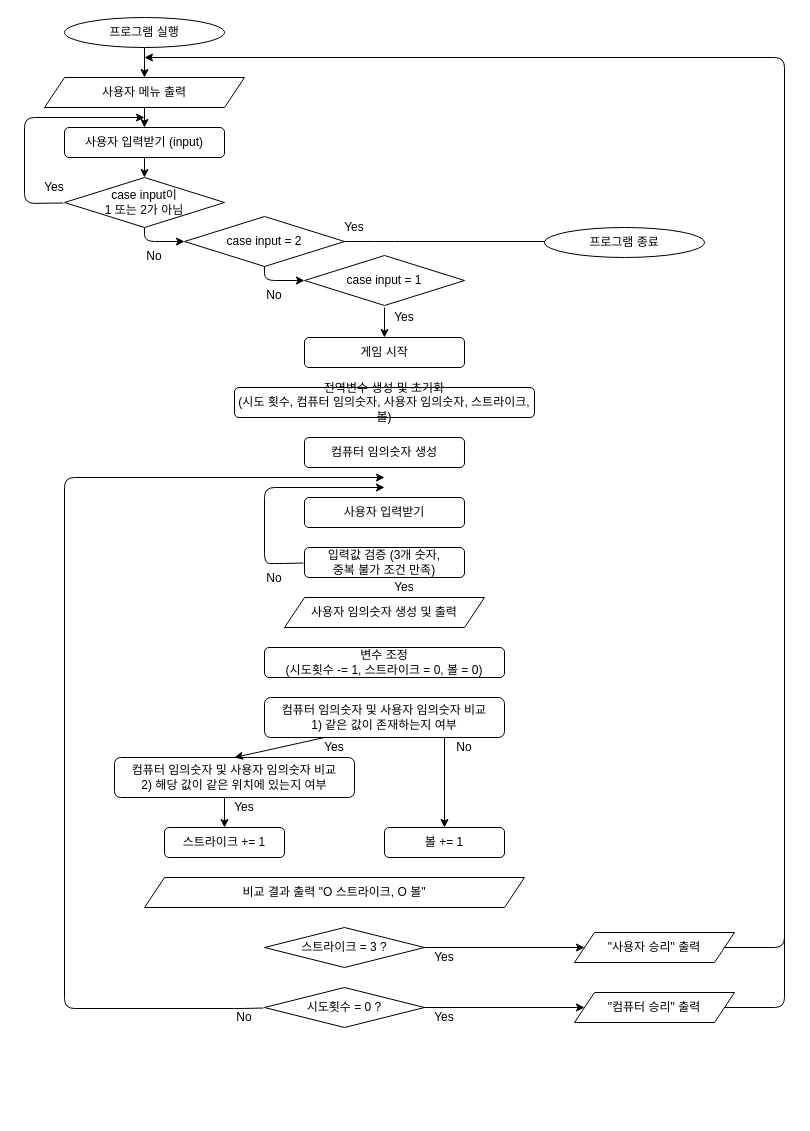
Above: BaseballGameDiagram.drawio in just1103/Swift_Syntax (draw.io), before the change. Source tidied: cells renumbered, new cells numbered last; positions are measured from the earlier drawing's top-left corner, leaving out a move shared by most shapes. Both pictures are drawn from the tidied source at 100%, with x=0, y=0 at pixel (24, 17).
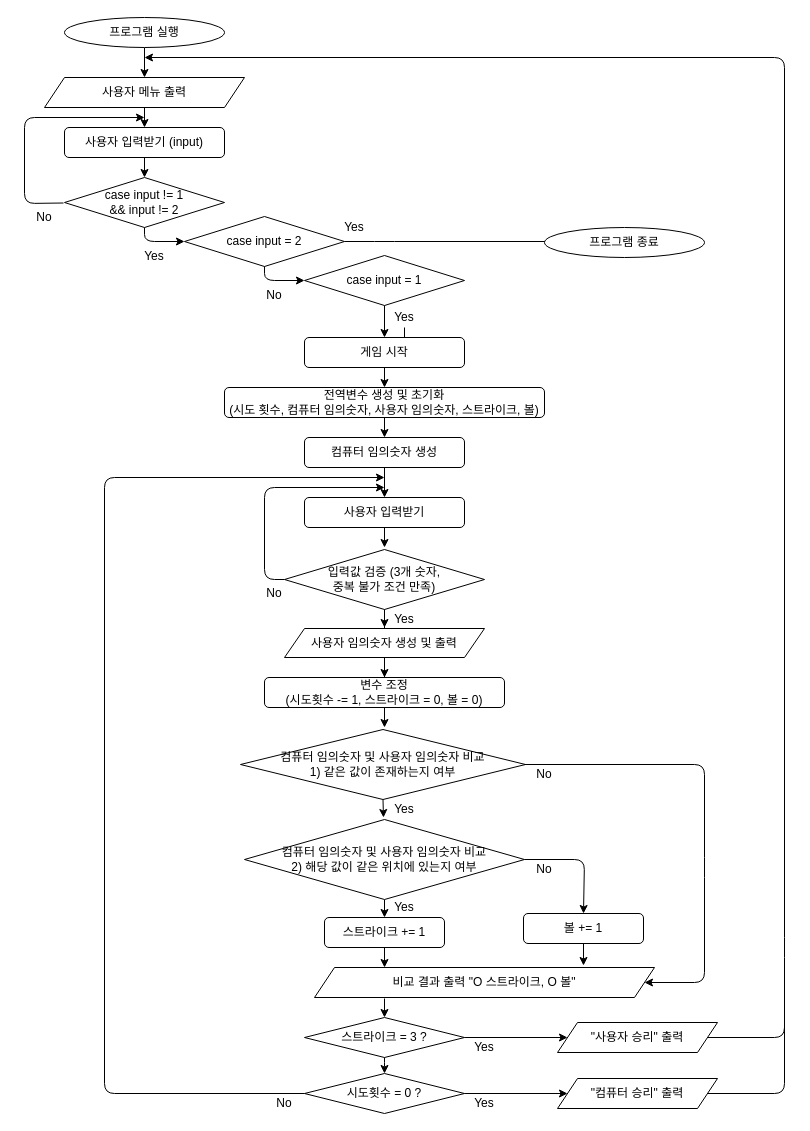
The same page after the edit.

The change refers to these unchanged cells:
```xml
<mxCell id="21" value="Yes" style="text;html=1;strokeColor=none;fillColor=none;align=center;verticalAlign=middle;whiteSpace=wrap;rounded=0;" parent="1" vertex="1">
  <mxGeometry x="360" y="290" width="40" height="20" as="geometry" />
</mxCell>
<mxCell id="22" value="게임 시작" style="rounded=1;whiteSpace=wrap;html=1;" parent="1" vertex="1">
  <mxGeometry x="280" y="320" width="160" height="30" as="geometry" />
</mxCell>
<mxCell id="23" value="사용자 입력받기" style="rounded=1;whiteSpace=wrap;html=1;" parent="1" vertex="1">
  <mxGeometry x="280" y="480" width="160" height="30" as="geometry" />
</mxCell>
<mxCell id="29" value="컴퓨터 임의숫자 생성" style="rounded=1;whiteSpace=wrap;html=1;" parent="1" vertex="1">
  <mxGeometry x="280" y="420" width="160" height="30" as="geometry" />
</mxCell>
```

The edit, as a diff of the source:
```diff
@@
-    <mxCell id="6" value="&lt;font style=&quot;font-size: 12px&quot;&gt;case input이 &lt;br&gt;1 또는 2가 아님&lt;/font&gt;" style="rhombus;whiteSpace=wrap;html=1;" parent="1" vertex="1">
+    <mxCell id="6" value="&lt;font style=&quot;font-size: 12px&quot;&gt;case input != 1&lt;br&gt;&amp;amp;&amp;amp; input != 2&lt;br&gt;&lt;/font&gt;" style="rhombus;whiteSpace=wrap;html=1;" parent="1" vertex="1">
       <mxGeometry x="40" y="160" width="160" height="50" as="geometry" />
     </mxCell>
@@
-    <mxCell id="9" style="endArrow=classic;html=1;exitX=0;exitY=0;exitDx=0;exitDy=0;" parent="1" edge="1" source="21">
+    <mxCell id="9" style="endArrow=classic;html=1;" parent="1" edge="1">
       <mxGeometry relative="1" as="geometry">
+        <mxPoint x="360" y="280" as="sourcePoint" />
         <mxPoint x="360" y="320" as="targetPoint" />
       </mxGeometry>
     </mxCell>
     <mxCell id="10" value="No" style="text;html=1;strokeColor=none;fillColor=none;align=center;verticalAlign=middle;whiteSpace=wrap;rounded=0;" parent="1" vertex="1">
-      <mxGeometry x="110" y="229" width="40" height="20" as="geometry" />
+      <mxGeometry y="190" width="40" height="20" as="geometry" />
     </mxCell>
     <mxCell id="11" value="Yes" style="text;html=1;strokeColor=none;fillColor=none;align=center;verticalAlign=middle;whiteSpace=wrap;rounded=0;" parent="1" vertex="1">
-      <mxGeometry x="10" y="160" width="40" height="20" as="geometry" />
+      <mxGeometry x="110" y="229" width="40" height="20" as="geometry" />
     </mxCell>
@@
     <mxCell id="13" value="Yes" style="text;html=1;strokeColor=none;fillColor=none;align=center;verticalAlign=middle;whiteSpace=wrap;rounded=0;" parent="1" vertex="1">
-      <mxGeometry x="290" y="720" width="40" height="20" as="geometry" />
+      <mxGeometry x="360" y="782" width="40" height="20" as="geometry" />
     </mxCell>
@@
+    <mxCell id="55" style="edgeStyle=orthogonalEdgeStyle;rounded=0;jettySize=auto;html=1;endArrow=none;endFill=0;" parent="1" edge="1" source="21" target="22">
+      <mxGeometry relative="1" as="geometry" />
+    </mxCell>
@@
-    <mxCell id="24" value="입력값 검증 (3개 숫자, &lt;br&gt;중복 불가 조건 만족)" style="rounded=1;whiteSpace=wrap;html=1;" parent="1" vertex="1">
-      <mxGeometry x="280" y="530" width="160" height="30" as="geometry" />
-    </mxCell>
     <mxCell id="25" value="Yes" style="text;html=1;strokeColor=none;fillColor=none;align=center;verticalAlign=middle;whiteSpace=wrap;rounded=0;" parent="1" vertex="1">
-      <mxGeometry x="360" y="560" width="40" height="20" as="geometry" />
+      <mxGeometry x="360" y="592" width="40" height="20" as="geometry" />
     </mxCell>
-    <mxCell id="26" style="endArrow=classic;html=1;" parent="1" edge="1">
+    <mxCell id="26" style="endArrow=classic;html=1;exitX=0;exitY=0.5;exitDx=0;exitDy=0;" parent="1" edge="1" source="24">
       <mxGeometry relative="1" as="geometry">
-        <mxPoint x="279" y="545.5" as="sourcePoint" />
         <mxPoint x="360" y="470" as="targetPoint" />
         <Array as="points">
-          <mxPoint x="260" y="546" />
-          <mxPoint x="240" y="546" />
+          <mxPoint x="240" y="562" />
           <mxPoint x="240" y="470" />
         </Array>
       </mxGeometry>
     </mxCell>
     <mxCell id="27" value="No" style="text;html=1;strokeColor=none;fillColor=none;align=center;verticalAlign=middle;whiteSpace=wrap;rounded=0;" parent="1" vertex="1">
-      <mxGeometry x="230" y="550" width="40" height="21" as="geometry" />
+      <mxGeometry x="230" y="565" width="40" height="21" as="geometry" />
     </mxCell>
     <mxCell id="28" value="전역변수 생성 및 초기화&lt;br&gt;(시도 횟수, 컴퓨터 임의숫자, 사용자 임의숫자, 스트라이크, 볼)" style="rounded=1;whiteSpace=wrap;html=1;" parent="1" vertex="1">
-      <mxGeometry x="210" y="370" width="300" height="30" as="geometry" />
+      <mxGeometry x="200" y="370" width="320" height="30" as="geometry" />
     </mxCell>
@@
+    <mxCell id="56" style="edgeStyle=orthogonalEdgeStyle;rounded=0;jettySize=auto;html=1;endArrow=none;endFill=0;" parent="1" edge="1" source="30" target="24">
+      <mxGeometry relative="1" as="geometry" />
+    </mxCell>
     <mxCell id="30" value="변수 조정&lt;br&gt;(시도횟수 -= 1, 스트라이크 = 0, 볼 = 0)" style="rounded=1;whiteSpace=wrap;html=1;" parent="1" vertex="1">
-      <mxGeometry x="240" y="630" width="240" height="30" as="geometry" />
+      <mxGeometry x="240" y="660" width="240" height="30" as="geometry" />
     </mxCell>
-    <mxCell id="31" value="컴퓨터 임의숫자 및 사용자 임의숫자 비교&lt;br&gt;1) 같은 값이 존재하는지 여부" style="rounded=1;whiteSpace=wrap;html=1;" parent="1" vertex="1">
-      <mxGeometry x="240" y="680" width="240" height="40" as="geometry" />
-    </mxCell>
-    <mxCell id="32" value="컴퓨터 임의숫자 및 사용자 임의숫자 비교&lt;br&gt;2) 해당 값이 같은 위치에 있는지 여부" style="rounded=1;whiteSpace=wrap;html=1;" parent="1" vertex="1">
-      <mxGeometry x="90" y="740" width="240" height="40" as="geometry" />
-    </mxCell>
     <mxCell id="33" value="Yes" style="text;html=1;strokeColor=none;fillColor=none;align=center;verticalAlign=middle;whiteSpace=wrap;rounded=0;" parent="1" vertex="1">
-      <mxGeometry x="200" y="780" width="40" height="20" as="geometry" />
+      <mxGeometry x="360" y="880" width="40" height="20" as="geometry" />
     </mxCell>
     <mxCell id="34" value="&lt;span&gt;사용자 임의숫자 생성 및 출력&lt;/span&gt;" style="shape=parallelogram;perimeter=parallelogramPerimeter;whiteSpace=wrap;html=1;fixedSize=1;" parent="1" vertex="1">
-      <mxGeometry x="260" y="580" width="200" height="30" as="geometry" />
+      <mxGeometry x="260" y="611" width="200" height="29" as="geometry" />
     </mxCell>
@@
-    <mxCell id="36" style="endArrow=classic;html=1;entryX=0.5;entryY=0;entryDx=0;entryDy=0;" parent="1" edge="1" target="32">
+    <mxCell id="36" style="endArrow=classic;html=1;exitX=0.5;exitY=1;exitDx=0;exitDy=0;" parent="1" edge="1" source="31">
       <mxGeometry relative="1" as="geometry">
-        <mxPoint x="300" y="720" as="sourcePoint" />
+        <mxPoint x="359" y="800" as="targetPoint" />
       </mxGeometry>
     </mxCell>
-    <mxCell id="37" style="endArrow=classic;html=1;exitX=0.75;exitY=1;exitDx=0;exitDy=0;" parent="1" edge="1" source="31" target="40">
-      <mxGeometry relative="1" as="geometry" />
+    <mxCell id="37" style="endArrow=classic;html=1;exitX=1;exitY=0.5;exitDx=0;exitDy=0;entryX=0.5;entryY=0;entryDx=0;entryDy=0;" parent="1" edge="1" source="32" target="40">
+      <mxGeometry relative="1" as="geometry">
+        <Array as="points">
+          <mxPoint x="560" y="842" />
+        </Array>
+      </mxGeometry>
     </mxCell>
     <mxCell id="38" style="endArrow=classic;html=1;exitX=0.75;exitY=1;exitDx=0;exitDy=0;" parent="1" edge="1">
       <mxGeometry relative="1" as="geometry">
-        <mxPoint x="200" y="780" as="sourcePoint" />
-        <mxPoint x="200" y="810" as="targetPoint" />
+        <mxPoint x="360" y="882" as="sourcePoint" />
+        <mxPoint x="360" y="900" as="targetPoint" />
       </mxGeometry>
     </mxCell>
     <mxCell id="39" value="비교 결과 출력 &quot;O 스트라이크, O 볼&quot;" style="shape=parallelogram;perimeter=parallelogramPerimeter;whiteSpace=wrap;html=1;fixedSize=1;" parent="1" vertex="1">
-      <mxGeometry x="120" y="860" width="380" height="30" as="geometry" />
+      <mxGeometry x="290" y="950" width="340" height="30" as="geometry" />
     </mxCell>
     <mxCell id="40" value="볼 += 1" style="rounded=1;whiteSpace=wrap;html=1;" parent="1" vertex="1">
-      <mxGeometry x="360" y="810" width="120" height="30" as="geometry" />
+      <mxGeometry x="499" y="896" width="120" height="30" as="geometry" />
     </mxCell>
     <mxCell id="41" value="스트라이크 += 1" style="rounded=1;whiteSpace=wrap;html=1;" parent="1" vertex="1">
-      <mxGeometry x="140" y="810" width="120" height="30" as="geometry" />
+      <mxGeometry x="300" y="900" width="120" height="30" as="geometry" />
     </mxCell>
     <mxCell id="42" value="No" style="text;html=1;strokeColor=none;fillColor=none;align=center;verticalAlign=middle;whiteSpace=wrap;rounded=0;" parent="1" vertex="1">
-      <mxGeometry x="420" y="720" width="40" height="20" as="geometry" />
+      <mxGeometry x="500" y="747" width="40" height="20" as="geometry" />
     </mxCell>
     <mxCell id="43" value="스트라이크 = 3 ?" style="rhombus;whiteSpace=wrap;html=1;" parent="1" vertex="1">
-      <mxGeometry x="240" y="910" width="160" height="40" as="geometry" />
+      <mxGeometry x="280" y="1000" width="160" height="40" as="geometry" />
     </mxCell>
@@
     <mxCell id="45" value="&quot;사용자 승리&quot; 출력" style="shape=parallelogram;perimeter=parallelogramPerimeter;whiteSpace=wrap;html=1;fixedSize=1;" parent="1" vertex="1">
-      <mxGeometry x="550" y="915" width="160" height="30" as="geometry" />
+      <mxGeometry x="533" y="1005" width="160" height="30" as="geometry" />
     </mxCell>
     <mxCell id="46" value="Yes" style="text;html=1;strokeColor=none;fillColor=none;align=center;verticalAlign=middle;whiteSpace=wrap;rounded=0;" parent="1" vertex="1">
-      <mxGeometry x="400" y="930" width="40" height="20" as="geometry" />
+      <mxGeometry x="440" y="1020" width="40" height="20" as="geometry" />
     </mxCell>
     <mxCell id="47" value="시도횟수 = 0 ?" style="rhombus;whiteSpace=wrap;html=1;" parent="1" vertex="1">
-      <mxGeometry x="240" y="970" width="160" height="40" as="geometry" />
+      <mxGeometry x="280" y="1056" width="160" height="40" as="geometry" />
     </mxCell>
-    <mxCell id="48" style="endArrow=classic;html=1;exitX=1;exitY=0.5;exitDx=0;exitDy=0;entryX=0;entryY=0.5;entryDx=0;entryDy=0;" parent="1" edge="1" target="49">
-      <mxGeometry relative="1" as="geometry">
-        <mxPoint x="400" y="990" as="sourcePoint" />
-      </mxGeometry>
+    <mxCell id="48" style="endArrow=classic;html=1;exitX=0;exitY=0;exitDx=0;exitDy=0;entryX=0;entryY=0.5;entryDx=0;entryDy=0;" parent="1" edge="1" source="50" target="49">
+      <mxGeometry relative="1" as="geometry" />
     </mxCell>
     <mxCell id="49" value="&quot;컴퓨터 승리&quot; 출력" style="shape=parallelogram;perimeter=parallelogramPerimeter;whiteSpace=wrap;html=1;fixedSize=1;" parent="1" vertex="1">
-      <mxGeometry x="550" y="975" width="160" height="30" as="geometry" />
+      <mxGeometry x="533" y="1061" width="160" height="30" as="geometry" />
     </mxCell>
     <mxCell id="50" value="Yes" style="text;html=1;strokeColor=none;fillColor=none;align=center;verticalAlign=middle;whiteSpace=wrap;rounded=0;" parent="1" vertex="1">
-      <mxGeometry x="400" y="990" width="40" height="20" as="geometry" />
+      <mxGeometry x="440" y="1076" width="40" height="20" as="geometry" />
     </mxCell>
     <mxCell id="51" value="No" style="text;html=1;strokeColor=none;fillColor=none;align=center;verticalAlign=middle;whiteSpace=wrap;rounded=0;" parent="1" vertex="1">
-      <mxGeometry x="200" y="990" width="40" height="20" as="geometry" />
+      <mxGeometry x="240" y="1076" width="40" height="20" as="geometry" />
     </mxCell>
-    <mxCell id="52" style="endArrow=classic;html=1;" parent="1" edge="1">
+    <mxCell id="52" style="endArrow=classic;html=1;exitX=1;exitY=0;exitDx=0;exitDy=0;" parent="1" edge="1" source="51">
       <mxGeometry relative="1" as="geometry">
-        <mxPoint x="239" y="990.5" as="sourcePoint" />
         <mxPoint x="360" y="460" as="targetPoint" />
         <Array as="points">
-          <mxPoint x="220" y="991" />
-          <mxPoint x="40" y="991" />
-          <mxPoint x="40" y="460" />
+          <mxPoint x="80" y="1076" />
+          <mxPoint x="80" y="460" />
         </Array>
       </mxGeometry>
     </mxCell>
     <mxCell id="53" style="endArrow=classic;html=1;exitX=1;exitY=0.5;exitDx=0;exitDy=0;" parent="1" edge="1" source="45">
       <mxGeometry relative="1" as="geometry">
         <mxPoint x="120" y="40" as="targetPoint" />
         <Array as="points">
+          <mxPoint x="760" y="1020" />
+          <mxPoint x="760" y="977" />
           <mxPoint x="760" y="930" />
           <mxPoint x="760" y="40" />
         </Array>
       </mxGeometry>
     </mxCell>
     <mxCell id="54" style="endArrow=none;html=1;endFill=0;exitX=1;exitY=0.5;exitDx=0;exitDy=0;" parent="1" edge="1" source="49">
       <mxGeometry relative="1" as="geometry">
-        <mxPoint x="760" y="920" as="targetPoint" />
+        <mxPoint x="760" y="949" as="targetPoint" />
         <Array as="points">
-          <mxPoint x="760" y="990" />
+          <mxPoint x="760" y="1076" />
         </Array>
       </mxGeometry>
     </mxCell>
+    <mxCell id="24" value="&lt;span&gt;입력값 검증 (3개 숫자,&lt;/span&gt;&lt;br&gt;&lt;span&gt;중복 불가 조건 만족)&lt;/span&gt;" style="rhombus;whiteSpace=wrap;html=1;" parent="1" vertex="1">
+      <mxGeometry x="260" y="532" width="200" height="60" as="geometry" />
+    </mxCell>
+    <mxCell id="57" style="endArrow=classic;html=1;exitX=0.5;exitY=1;exitDx=0;exitDy=0;entryX=0.5;entryY=0;entryDx=0;entryDy=0;" parent="1" edge="1" source="22" target="28">
+      <mxGeometry relative="1" as="geometry" />
+    </mxCell>
+    <mxCell id="58" style="endArrow=classic;html=1;exitX=0.5;exitY=1;exitDx=0;exitDy=0;entryX=0.5;entryY=0;entryDx=0;entryDy=0;" parent="1" edge="1" target="29">
+      <mxGeometry relative="1" as="geometry">
+        <mxPoint x="360" y="400" as="sourcePoint" />
+      </mxGeometry>
+    </mxCell>
+    <mxCell id="59" style="endArrow=classic;html=1;exitX=0.5;exitY=1;exitDx=0;exitDy=0;entryX=0.5;entryY=0;entryDx=0;entryDy=0;" parent="1" edge="1" source="29" target="23">
+      <mxGeometry relative="1" as="geometry" />
+    </mxCell>
+    <mxCell id="60" style="endArrow=classic;html=1;entryX=0.5;entryY=0;entryDx=0;entryDy=0;" parent="1" edge="1">
+      <mxGeometry relative="1" as="geometry">
+        <mxPoint x="360" y="510" as="sourcePoint" />
+        <mxPoint x="360" y="530" as="targetPoint" />
+      </mxGeometry>
+    </mxCell>
+    <mxCell id="61" style="endArrow=classic;html=1;exitX=0.5;exitY=1;exitDx=0;exitDy=0;" parent="1" edge="1" source="24">
+      <mxGeometry relative="1" as="geometry">
+        <mxPoint x="360" y="610" as="targetPoint" />
+      </mxGeometry>
+    </mxCell>
+    <mxCell id="62" style="endArrow=classic;html=1;" parent="1" edge="1">
+      <mxGeometry relative="1" as="geometry">
+        <mxPoint x="360" y="640" as="sourcePoint" />
+        <mxPoint x="360" y="660" as="targetPoint" />
+      </mxGeometry>
+    </mxCell>
+    <mxCell id="31" value="&lt;span&gt;컴퓨터 임의숫자 및 사용자 임의숫자 비교&lt;/span&gt;&lt;br&gt;&lt;span&gt;1) 같은 값이 존재하는지 여부&lt;/span&gt;" style="rhombus;whiteSpace=wrap;html=1;" parent="1" vertex="1">
+      <mxGeometry x="216" y="712" width="285" height="70" as="geometry" />
+    </mxCell>
+    <mxCell id="63" style="endArrow=classic;html=1;exitX=0.5;exitY=1;exitDx=0;exitDy=0;" parent="1" edge="1" source="30">
+      <mxGeometry relative="1" as="geometry">
+        <mxPoint x="360" y="710" as="targetPoint" />
+        <Array as="points">
+          <mxPoint x="360" y="710" />
+        </Array>
+      </mxGeometry>
+    </mxCell>
+    <mxCell id="64" style="endArrow=classic;html=1;entryX=1;entryY=0.5;entryDx=0;entryDy=0;" parent="1" edge="1" target="39">
+      <mxGeometry relative="1" as="geometry">
+        <mxPoint x="500" y="747" as="sourcePoint" />
+        <Array as="points">
+          <mxPoint x="680" y="747" />
+          <mxPoint x="680" y="850" />
+          <mxPoint x="680" y="965" />
+        </Array>
+      </mxGeometry>
+    </mxCell>
+    <mxCell id="32" value="&lt;span&gt;컴퓨터 임의숫자 및 사용자 임의숫자 비교&lt;/span&gt;&lt;br&gt;&lt;span&gt;2) 해당 값이 같은 위치에 있는지 여부&lt;/span&gt;" style="rhombus;whiteSpace=wrap;html=1;" parent="1" vertex="1">
+      <mxGeometry x="220" y="802" width="280" height="80" as="geometry" />
+    </mxCell>
+    <mxCell id="65" value="No" style="text;html=1;strokeColor=none;fillColor=none;align=center;verticalAlign=middle;whiteSpace=wrap;rounded=0;" parent="1" vertex="1">
+      <mxGeometry x="500" y="842" width="40" height="20" as="geometry" />
+    </mxCell>
+    <mxCell id="66" style="endArrow=classic;html=1;exitX=0.5;exitY=1;exitDx=0;exitDy=0;entryX=0.206;entryY=0;entryDx=0;entryDy=0;entryPerimeter=0;" parent="1" edge="1" source="41" target="39">
+      <mxGeometry relative="1" as="geometry" />
+    </mxCell>
+    <mxCell id="67" style="endArrow=classic;html=1;exitX=0.5;exitY=1;exitDx=0;exitDy=0;" parent="1" edge="1" source="40">
+      <mxGeometry relative="1" as="geometry">
+        <mxPoint x="559" y="948" as="targetPoint" />
+      </mxGeometry>
+    </mxCell>
+    <mxCell id="68" style="endArrow=classic;html=1;entryX=0.5;entryY=0;entryDx=0;entryDy=0;" parent="1" edge="1" target="43">
+      <mxGeometry relative="1" as="geometry">
+        <mxPoint x="360" y="981" as="sourcePoint" />
+      </mxGeometry>
+    </mxCell>
+    <mxCell id="69" style="endArrow=classic;html=1;entryX=0.5;entryY=0;entryDx=0;entryDy=0;" parent="1" edge="1" target="47">
+      <mxGeometry relative="1" as="geometry">
+        <mxPoint x="360" y="1040" as="sourcePoint" />
+        <Array as="points">
+          <mxPoint x="360" y="1050" />
+        </Array>
+      </mxGeometry>
+    </mxCell>
```
